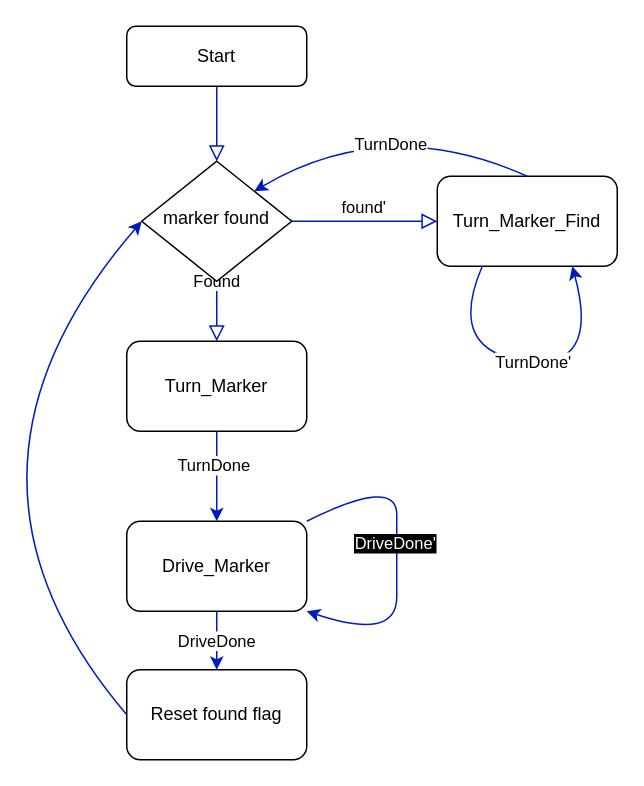
The draw.io diagram diagrams/Demo2/TopLevel.drawio in mark-mcnulty/SeedLab, before the edit. Source tidied: cells renumbered, new cells numbered last; positions are measured from the earlier drawing's top-left corner, leaving out a move shared by most shapes. Both pictures are drawn from the tidied source at 150%, with x=0, y=0 at pixel (-78, 26).
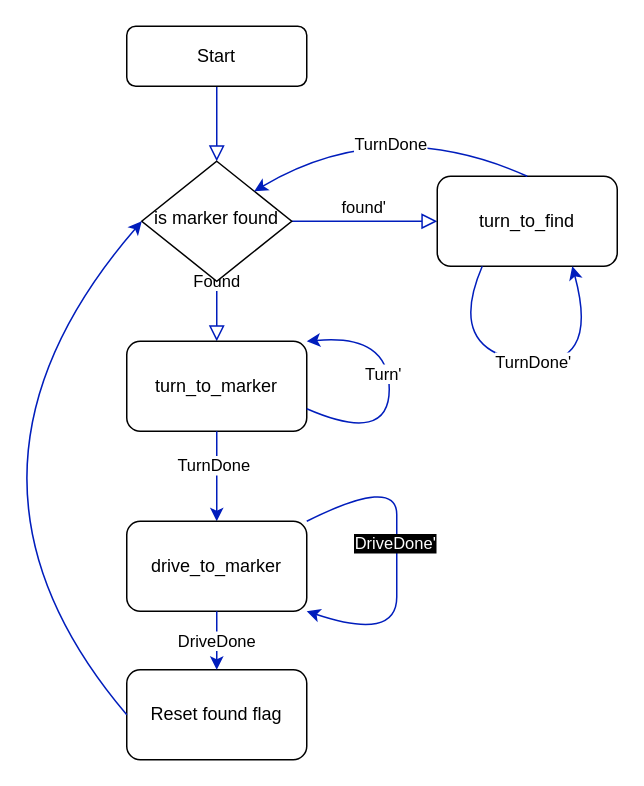
After the change.

The edit, as a diff of the source:
```diff
@@
-    <mxCell id="6" value="marker found" style="rhombus;whiteSpace=wrap;html=1;shadow=0;fontFamily=Helvetica;fontSize=12;align=center;strokeWidth=1;spacing=6;spacingTop=-4;" parent="1" vertex="1">
+    <mxCell id="6" value="is marker found" style="rhombus;whiteSpace=wrap;html=1;shadow=0;fontFamily=Helvetica;fontSize=12;align=center;strokeWidth=1;spacing=6;spacingTop=-4;" parent="1" vertex="1">
       <mxGeometry x="146" y="90" width="100" height="80" as="geometry" />
     </mxCell>
-    <mxCell id="7" value="Turn_Marker_Find" style="rounded=1;whiteSpace=wrap;html=1;" parent="1" vertex="1">
+    <mxCell id="7" value="turn_to_find" style="rounded=1;whiteSpace=wrap;html=1;" parent="1" vertex="1">
       <mxGeometry x="343" y="100" width="120" height="60" as="geometry" />
     </mxCell>
-    <mxCell id="8" value="Turn_Marker" style="rounded=1;whiteSpace=wrap;html=1;" parent="1" vertex="1">
+    <mxCell id="8" value="turn_to_marker" style="rounded=1;whiteSpace=wrap;html=1;" parent="1" vertex="1">
       <mxGeometry x="136" y="210" width="120" height="60" as="geometry" />
     </mxCell>
@@
-    <mxCell id="11" value="Drive_Marker" style="rounded=1;whiteSpace=wrap;html=1;" parent="1" vertex="1">
+    <mxCell id="11" value="drive_to_marker" style="rounded=1;whiteSpace=wrap;html=1;" parent="1" vertex="1">
       <mxGeometry x="136" y="330" width="120" height="60" as="geometry" />
     </mxCell>
@@
+    <mxCell id="20" style="curved=1;endArrow=classic;html=1;entryX=1;entryY=0;entryDx=0;entryDy=0;exitX=1;exitY=0.75;exitDx=0;exitDy=0;fillColor=#0050ef;strokeColor=#001DBC;" parent="1" edge="1" source="8" target="8">
+      <mxGeometry relative="1" as="geometry">
+        <Array as="points">
+          <mxPoint x="311" y="279" />
+          <mxPoint x="311" y="205" />
+        </Array>
+      </mxGeometry>
+    </mxCell>
+    <mxCell id="21" value="Turn'" style="edgeLabel;html=1;align=center;verticalAlign=middle;" parent="20" vertex="1">
+      <mxGeometry x="0.14" y="5" relative="1" as="geometry" />
+    </mxCell>
```
